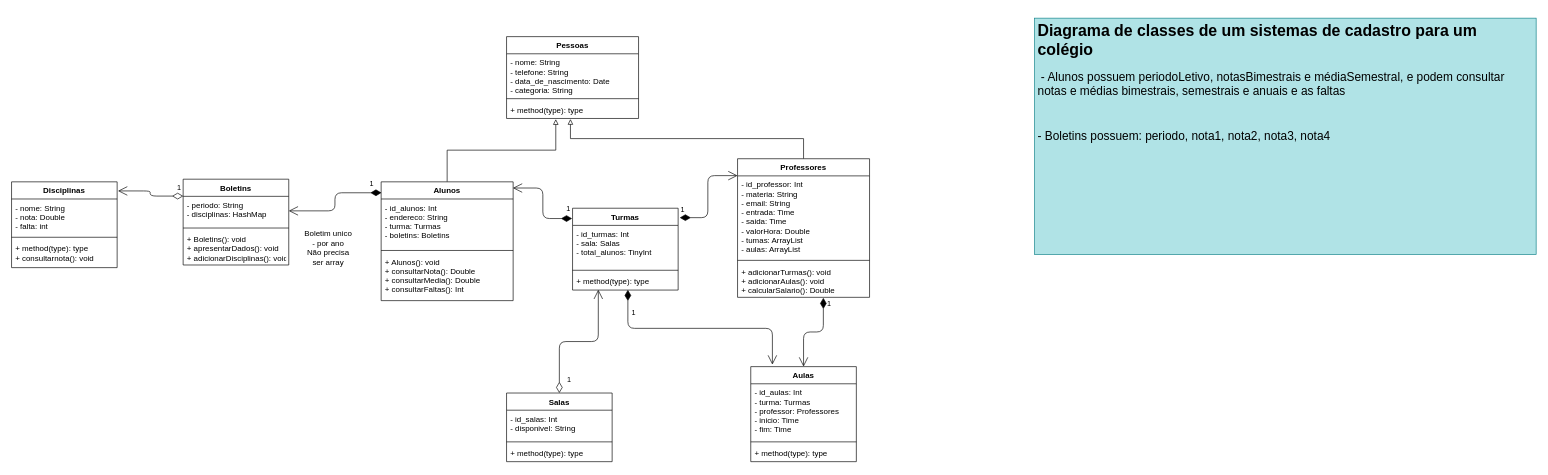
The draw.io diagram diagrama_classes.drawio in moreirafelipe/dh-poo-checkpoint1, before the edit. Source tidied: cells renumbered, new cells numbered last; positions are measured from the earlier drawing's top-left corner, leaving out a move shared by most shapes. Both pictures are drawn from the tidied source at 66%, with x=0, y=0 at pixel (11, 18).
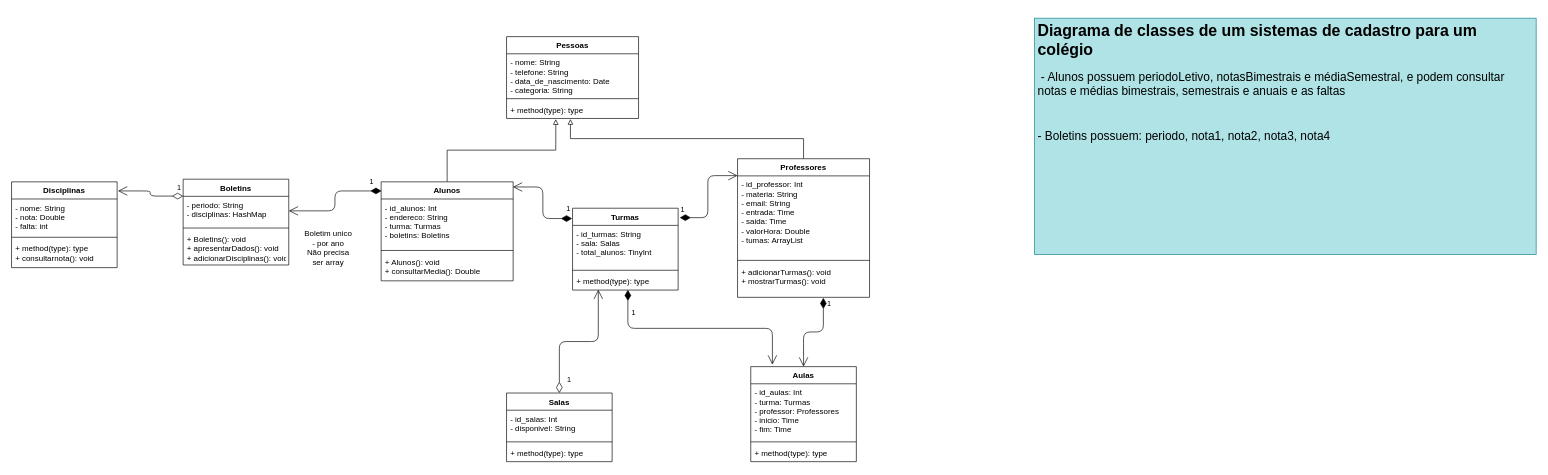
The same diagram, later.

Unchanged cells that the change refers to:
```xml
<mxCell id="2" value="Turmas" style="swimlane;fontStyle=1;align=center;verticalAlign=top;horizontal=1;startSize=26;" parent="1" vertex="1">
  <mxGeometry x="850" y="288" width="160" height="124" as="geometry" />
</mxCell>
<mxCell id="15" value="Professores" style="swimlane;fontStyle=1;align=center;verticalAlign=top;horizontal=1;startSize=26;" parent="1" vertex="1">
  <mxGeometry x="1100" y="213" width="200" height="210" as="geometry" />
</mxCell>
```

What changed in the source:
```diff
@@
-    <mxCell id="3" value="- id_turmas: Int&#10;- sala: Salas&#10;- total_alunos: TinyInt" style="text;strokeColor=none;fillColor=none;align=left;verticalAlign=top;spacingLeft=4;spacingRight=4;overflow=hidden;" parent="2" vertex="1">
+    <mxCell id="3" value="- id_turmas: String&#10;- sala: Salas&#10;- total_alunos: TinyInt" style="text;strokeColor=none;fillColor=none;align=left;verticalAlign=top;spacingLeft=4;spacingRight=4;overflow=hidden;" parent="2" vertex="1">
       <mxGeometry y="26" width="160" height="64" as="geometry" />
     </mxCell>
@@
-    <mxCell id="16" value="- id_professor: Int&#10;- materia: String&#10;- email: String&#10;- entrada: Time&#10;- saida: Time&#10;- valorHora: Double&#10;- tumas: ArrayList&#10;- aulas: ArrayList" style="text;strokeColor=none;fillColor=none;align=left;verticalAlign=top;spacingLeft=4;spacingRight=4;overflow=hidden;" parent="15" vertex="1">
+    <mxCell id="16" value="- id_professor: Int&#10;- materia: String&#10;- email: String&#10;- entrada: Time&#10;- saida: Time&#10;- valorHora: Double&#10;- tumas: ArrayList" style="text;strokeColor=none;fillColor=none;align=left;verticalAlign=top;spacingLeft=4;spacingRight=4;overflow=hidden;" parent="15" vertex="1">
       <mxGeometry y="26" width="200" height="124" as="geometry" />
     </mxCell>
@@
-    <mxCell id="18" value="+ adicionarTurmas(): void&#10;+ adicionarAulas(): void&#10;+ calcularSalario(): Double" style="text;strokeColor=none;fillColor=none;align=left;verticalAlign=top;spacingLeft=4;spacingRight=4;overflow=hidden;points=[[0,0.5],[1,0.5]];portConstraint=eastwest;" parent="15" vertex="1">
+    <mxCell id="18" value="+ adicionarTurmas(): void&#10;+ mostrarTurmas(): void" style="text;strokeColor=none;fillColor=none;align=left;verticalAlign=top;spacingLeft=4;spacingRight=4;overflow=hidden;points=[[0,0.5],[1,0.5]];portConstraint=eastwest;" parent="15" vertex="1">
       <mxGeometry y="158" width="200" height="52" as="geometry" />
     </mxCell>
@@
     <mxCell id="20" value="Alunos" style="swimlane;fontStyle=1;align=center;verticalAlign=top;horizontal=1;startSize=26;" parent="1" vertex="1">
-      <mxGeometry x="560" y="248" width="200" height="180" as="geometry" />
+      <mxGeometry x="560" y="248" width="200" height="150" as="geometry" />
     </mxCell>
@@
-    <mxCell id="23" value="+ Alunos(): void&#10;+ consultarNota(): Double&#10;+ consultarMedia(): Double&#10;+ consultarFaltas(): Int" style="text;strokeColor=none;fillColor=none;align=left;verticalAlign=top;spacingLeft=4;spacingRight=4;overflow=hidden;" parent="20" vertex="1">
-      <mxGeometry y="108" width="200" height="72" as="geometry" />
+    <mxCell id="23" value="+ Alunos(): void&#10;+ consultarMedia(): Double" style="text;strokeColor=none;fillColor=none;align=left;verticalAlign=top;spacingLeft=4;spacingRight=4;overflow=hidden;" parent="20" vertex="1">
+      <mxGeometry y="108" width="200" height="42" as="geometry" />
     </mxCell>
```
